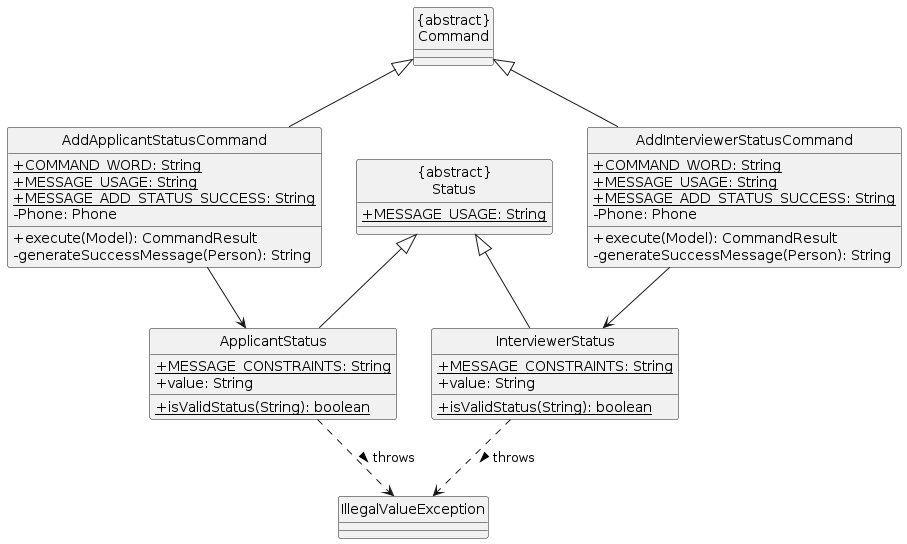
AY2324S2-CS2103T-F11-3/tp keeps this PlantUML diagram as diagrams/add-status/StatusCommandClasses.png. Above is the earlier version. Its source is kept beside it as diagrams/add-status/StatusCommandClasses.puml. Its diagram source:
```plantuml
@startuml
hide circle
skinparam classAttributeIconSize 0

Class "{abstract}\nCommand" as Command {
}
Class AddApplicantStatusCommand {
  +{static}COMMAND_WORD: String
  +{static}MESSAGE_USAGE: String
  +{static}MESSAGE_ADD_STATUS_SUCCESS: String
  -Phone: Phone
  +execute(Model): CommandResult
  -generateSuccessMessage(Person): String
}
Class AddInterviewerStatusCommand {
  +{static}COMMAND_WORD: String
  +{static}MESSAGE_USAGE: String
  +{static}MESSAGE_ADD_STATUS_SUCCESS: String
  -Phone: Phone
  +execute(Model): CommandResult
  -generateSuccessMessage(Person): String
}
Class "{abstract}\nStatus" as Status {
    +{static}MESSAGE_USAGE: String
}
Class ApplicantStatus {
    +{static}MESSAGE_CONSTRAINTS: String
    +value: String
    +{static}isValidStatus(String): boolean
}
Class InterviewerStatus {
    +{static}MESSAGE_CONSTRAINTS: String
    +value: String
    +{static}isValidStatus(String): boolean
}
Class IllegalValueException

AddApplicantStatusCommand -up-|> Command
AddApplicantStatusCommand -down-> ApplicantStatus
AddInterviewerStatusCommand -up-|> Command
AddInterviewerStatusCommand -down-> InterviewerStatus
ApplicantStatus -up-|> Status
InterviewerStatus -up-|> Status
ApplicantStatus ..> IllegalValueException: throws >
InterviewerStatus ..> IllegalValueException: throws >
@enduml
```
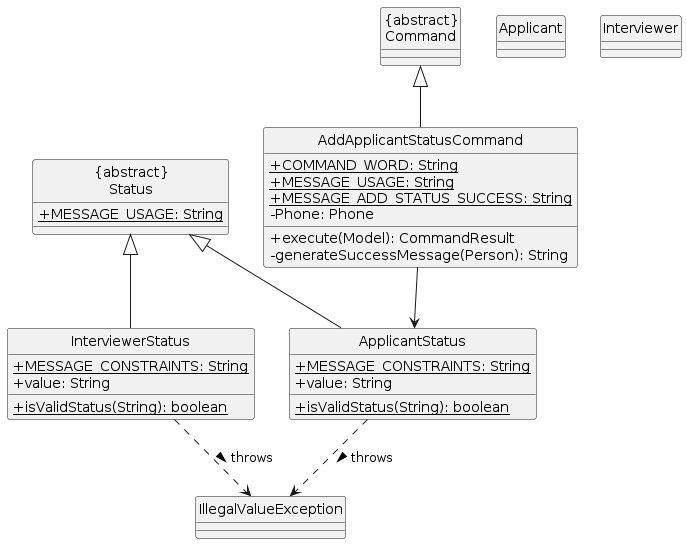
The same file after the commit.

The edit, as a diff of the source:
```diff
@@ -4,15 +4,11 @@
 
 Class "{abstract}\nCommand" as Command {
 }
+Class Applicant {
+}
+Class Interviewer {
+}
 Class AddApplicantStatusCommand {
-  +{static}COMMAND_WORD: String
-  +{static}MESSAGE_USAGE: String
-  +{static}MESSAGE_ADD_STATUS_SUCCESS: String
-  -Phone: Phone
-  +execute(Model): CommandResult
-  -generateSuccessMessage(Person): String
-}
-Class AddInterviewerStatusCommand {
   +{static}COMMAND_WORD: String
   +{static}MESSAGE_USAGE: String
   +{static}MESSAGE_ADD_STATUS_SUCCESS: String
@@ -37,8 +33,6 @@
 
 AddApplicantStatusCommand -up-|> Command
 AddApplicantStatusCommand -down-> ApplicantStatus
-AddInterviewerStatusCommand -up-|> Command
-AddInterviewerStatusCommand -down-> InterviewerStatus
 ApplicantStatus -up-|> Status
 InterviewerStatus -up-|> Status
 ApplicantStatus ..> IllegalValueException: throws >
```
